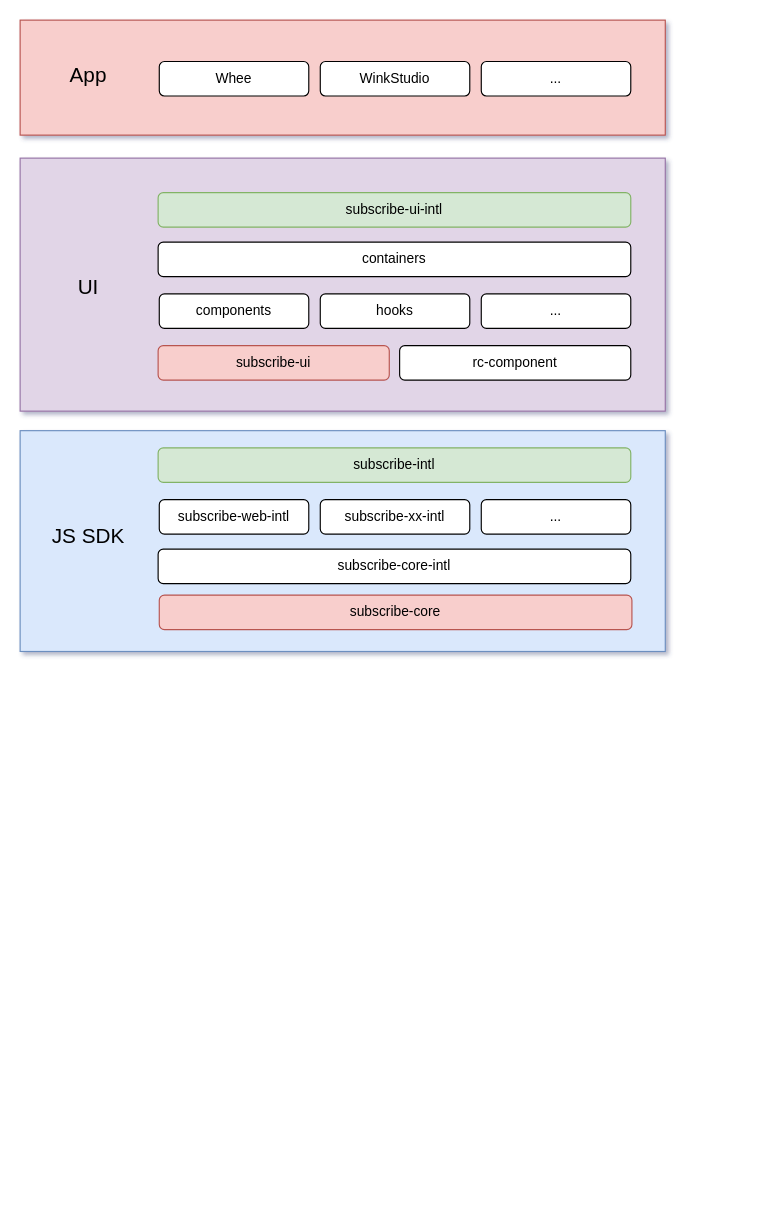
Above: page "第 9 页" (9 of 9) of Untitled Diagram.drawio in leer0911/draw.io (draw.io), before the change. Source tidied: cells renumbered, new cells numbered last; positions are measured from the earlier drawing's top-left corner, leaving out a move shared by most shapes. Both pictures are drawn from the tidied source at 115%, with x=0, y=0 at pixel (20, 20).
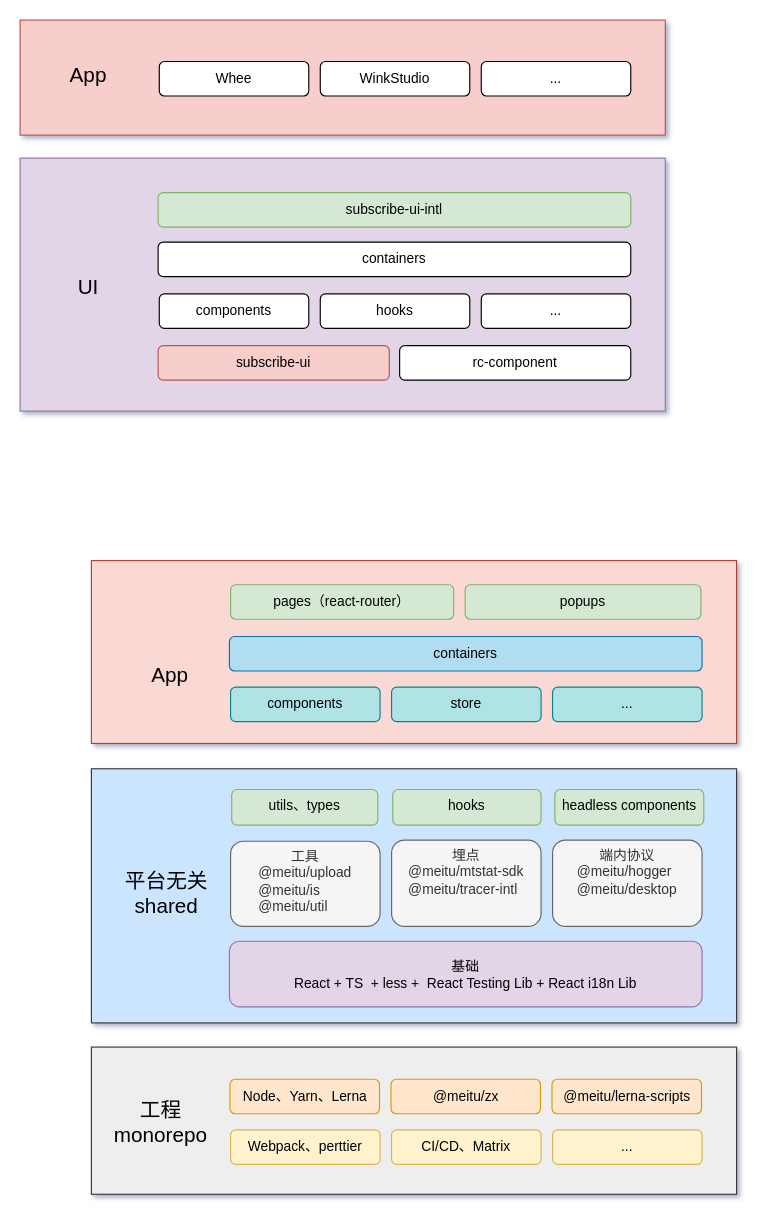
The same page after the edit.

Change to the diagram source:
```diff
@@
-    <mxCell id="2" style="rounded=0;whiteSpace=wrap;html=1;fontFamily=Helvetica;fontSize=12;strokeColor=#6c8ebf;fillColor=#dae8fc;" parent="1" vertex="1">
-      <mxGeometry y="357" width="561" height="192" as="geometry" />
+    <mxCell id="2" style="rounded=0;whiteSpace=wrap;html=1;fontFamily=Helvetica;fontSize=12;strokeColor=#36393d;fillColor=#cce5ff;" parent="1" vertex="1">
+      <mxGeometry x="62" y="651" width="561" height="221" as="geometry" />
     </mxCell>
-    <mxCell id="3" value="subscribe-core-intl" style="rounded=1;whiteSpace=wrap;html=1;" parent="1" vertex="1">
-      <mxGeometry x="120" y="460" width="411" height="30" as="geometry" />
+    <mxCell id="3" value="&lt;div&gt;基础&lt;/div&gt;React + TS&amp;nbsp; + less +&amp;nbsp; React Testing Lib + React i18n Lib" style="rounded=1;whiteSpace=wrap;html=1;fillColor=#e1d5e7;strokeColor=#9673a6;" parent="1" vertex="1">
+      <mxGeometry x="182" y="801" width="411" height="57" as="geometry" />
     </mxCell>
-    <mxCell id="4" value="subscribe-intl" style="rounded=1;whiteSpace=wrap;html=1;fillColor=#d5e8d4;strokeColor=#82b366;" parent="1" vertex="1">
-      <mxGeometry x="120" y="372" width="411" height="30" as="geometry" />
-    </mxCell>
-    <mxCell id="5" value="subscribe-web-intl" style="rounded=1;whiteSpace=wrap;html=1;" parent="1" vertex="1">
-      <mxGeometry x="121" y="417" width="130" height="30" as="geometry" />
+    <mxCell id="5" value="&lt;div&gt;工具&lt;/div&gt;@meitu/upload&lt;div style=&quot;text-align: left;&quot;&gt;@meitu/is&lt;/div&gt;&lt;div style=&quot;text-align: left;&quot;&gt;@meitu/util&lt;/div&gt;" style="rounded=1;whiteSpace=wrap;html=1;align=center;verticalAlign=top;fillColor=#f5f5f5;strokeColor=#666666;fontColor=#333333;" parent="1" vertex="1">
+      <mxGeometry x="183" y="714" width="130" height="74" as="geometry" />
     </mxCell>
-    <mxCell id="6" value="JS SDK" style="text;html=1;align=center;verticalAlign=middle;strokeColor=none;fillColor=none;fontSize=18;fontFamily=Helvetica;fontColor=default;" parent="1" vertex="1">
-      <mxGeometry x="14" y="429" width="90" height="40" as="geometry" />
+    <mxCell id="6" value="&lt;div&gt;&lt;br&gt;&lt;/div&gt;平台无关&lt;div&gt;shared&lt;div&gt;&lt;br&gt;&lt;/div&gt;&lt;/div&gt;" style="text;html=1;align=center;verticalAlign=middle;strokeColor=none;fillColor=none;fontSize=18;fontFamily=Helvetica;fontColor=default;" parent="1" vertex="1">
+      <mxGeometry x="82" y="711" width="90" height="98" as="geometry" />
     </mxCell>
-    <mxCell id="7" value="subscribe-xx-intl" style="rounded=1;whiteSpace=wrap;html=1;" parent="1" vertex="1">
-      <mxGeometry x="261" y="417" width="130" height="30" as="geometry" />
+    <mxCell id="7" value="&lt;div&gt;埋点&lt;/div&gt;@meitu/mtstat-sdk&lt;div style=&quot;text-align: left;&quot;&gt;@meitu/tracer-intl&lt;/div&gt;" style="rounded=1;whiteSpace=wrap;html=1;align=center;verticalAlign=top;fillColor=#f5f5f5;strokeColor=#666666;fontColor=#333333;" parent="1" vertex="1">
+      <mxGeometry x="323" y="713" width="130" height="75" as="geometry" />
     </mxCell>
-    <mxCell id="8" value="..." style="rounded=1;whiteSpace=wrap;html=1;" parent="1" vertex="1">
-      <mxGeometry x="401" y="417" width="130" height="30" as="geometry" />
+    <mxCell id="8" value="&lt;div&gt;端内协议&lt;/div&gt;&lt;div style=&quot;text-align: left;&quot;&gt;&lt;span style=&quot;background-color: initial;&quot;&gt;@meitu/hogger&lt;/span&gt;&lt;/div&gt;&lt;div&gt;@meitu/desktop&lt;/div&gt;" style="rounded=1;whiteSpace=wrap;html=1;align=center;verticalAlign=top;fillColor=#f5f5f5;strokeColor=#666666;fontColor=#333333;" parent="1" vertex="1">
+      <mxGeometry x="463" y="713" width="130" height="75" as="geometry" />
     </mxCell>
@@
-    <mxCell id="23" value="subscribe-core" style="rounded=1;whiteSpace=wrap;html=1;fillColor=#f8cecc;strokeColor=#b85450;" parent="1" vertex="1">
-      <mxGeometry x="121" y="500" width="411" height="30" as="geometry" />
-    </mxCell>
+    <mxCell id="24" style="rounded=0;whiteSpace=wrap;html=1;fontFamily=Helvetica;fontSize=12;strokeColor=#36393d;fillColor=#eeeeee;" parent="1" vertex="1">
+      <mxGeometry x="62" y="893" width="561" height="128" as="geometry" />
+    </mxCell>
+    <mxCell id="25" value="&lt;div&gt;工程&lt;br&gt;monorepo&lt;/div&gt;" style="text;html=1;align=center;verticalAlign=middle;strokeColor=none;fillColor=none;fontSize=18;fontFamily=Helvetica;fontColor=default;rounded=1;" parent="1" vertex="1">
+      <mxGeometry x="72" y="931" width="99" height="55" as="geometry" />
+    </mxCell>
+    <mxCell id="26" value="Node、Yarn、Lerna" style="rounded=1;whiteSpace=wrap;html=1;fillColor=#ffe6cc;strokeColor=#d79b00;" parent="1" vertex="1">
+      <mxGeometry x="182.5" y="921" width="130" height="30" as="geometry" />
+    </mxCell>
+    <mxCell id="27" value="@meitu/zx" style="rounded=1;whiteSpace=wrap;html=1;fillColor=#ffe6cc;strokeColor=#d79b00;" parent="1" vertex="1">
+      <mxGeometry x="322.5" y="921" width="130" height="30" as="geometry" />
+    </mxCell>
+    <mxCell id="28" value="@meitu/lerna-scripts" style="rounded=1;whiteSpace=wrap;html=1;fillColor=#ffe6cc;strokeColor=#d79b00;" parent="1" vertex="1">
+      <mxGeometry x="462.5" y="921" width="130" height="30" as="geometry" />
+    </mxCell>
+    <mxCell id="29" value="Webpack、perttier" style="rounded=1;whiteSpace=wrap;html=1;fillColor=#fff2cc;strokeColor=#d6b656;" parent="1" vertex="1">
+      <mxGeometry x="183" y="965" width="130" height="30" as="geometry" />
+    </mxCell>
+    <mxCell id="30" value="CI/CD、Matrix" style="rounded=1;whiteSpace=wrap;html=1;fillColor=#fff2cc;strokeColor=#d6b656;" parent="1" vertex="1">
+      <mxGeometry x="323" y="965" width="130" height="30" as="geometry" />
+    </mxCell>
+    <mxCell id="31" value="..." style="rounded=1;whiteSpace=wrap;html=1;fillColor=#fff2cc;strokeColor=#d6b656;" parent="1" vertex="1">
+      <mxGeometry x="463" y="965" width="130" height="30" as="geometry" />
+    </mxCell>
+    <mxCell id="32" value="utils、types" style="rounded=1;whiteSpace=wrap;html=1;align=center;verticalAlign=top;fillColor=#d5e8d4;strokeColor=#82b366;" parent="1" vertex="1">
+      <mxGeometry x="184" y="669" width="127" height="31" as="geometry" />
+    </mxCell>
+    <mxCell id="33" value="headless components" style="rounded=1;whiteSpace=wrap;html=1;align=center;verticalAlign=top;fillColor=#d5e8d4;strokeColor=#82b366;" parent="1" vertex="1">
+      <mxGeometry x="465" y="669" width="129.5" height="31" as="geometry" />
+    </mxCell>
+    <mxCell id="34" value="hooks" style="rounded=1;whiteSpace=wrap;html=1;align=center;verticalAlign=top;fillColor=#d5e8d4;strokeColor=#82b366;" parent="1" vertex="1">
+      <mxGeometry x="324" y="669" width="129" height="31" as="geometry" />
+    </mxCell>
+    <mxCell id="35" style="rounded=0;whiteSpace=wrap;html=1;fontFamily=Helvetica;fontSize=12;strokeColor=#ae4132;fillColor=#fad9d5;" parent="1" vertex="1">
+      <mxGeometry x="62" y="470" width="561" height="159" as="geometry" />
+    </mxCell>
+    <mxCell id="36" value="components" style="rounded=1;whiteSpace=wrap;html=1;fillColor=#b0e3e6;strokeColor=#0e8088;" parent="1" vertex="1">
+      <mxGeometry x="183" y="580" width="130" height="30" as="geometry" />
+    </mxCell>
+    <mxCell id="37" value="App" style="text;html=1;align=center;verticalAlign=middle;strokeColor=none;fillColor=none;fontSize=18;fontFamily=Helvetica;fontColor=default;rounded=1;" parent="1" vertex="1">
+      <mxGeometry x="100" y="550" width="60" height="40" as="geometry" />
+    </mxCell>
+    <mxCell id="38" value="store" style="rounded=1;whiteSpace=wrap;html=1;fillColor=#b0e3e6;strokeColor=#0e8088;" parent="1" vertex="1">
+      <mxGeometry x="323" y="580" width="130" height="30" as="geometry" />
+    </mxCell>
+    <mxCell id="39" value="..." style="rounded=1;whiteSpace=wrap;html=1;fillColor=#b0e3e6;strokeColor=#0e8088;" parent="1" vertex="1">
+      <mxGeometry x="463" y="580" width="130" height="30" as="geometry" />
+    </mxCell>
+    <mxCell id="40" value="pages（react-router）" style="rounded=1;whiteSpace=wrap;html=1;fillColor=#d5e8d4;strokeColor=#82b366;" parent="1" vertex="1">
+      <mxGeometry x="183" y="491" width="194" height="30" as="geometry" />
+    </mxCell>
+    <mxCell id="41" value="popups" style="rounded=1;whiteSpace=wrap;html=1;fillColor=#d5e8d4;strokeColor=#82b366;" parent="1" vertex="1">
+      <mxGeometry x="387" y="491" width="205" height="30" as="geometry" />
+    </mxCell>
+    <mxCell id="42" value="containers" style="rounded=1;whiteSpace=wrap;html=1;fillColor=#b1ddf0;strokeColor=#10739e;" parent="1" vertex="1">
+      <mxGeometry x="182" y="536" width="411" height="30" as="geometry" />
+    </mxCell>
```
